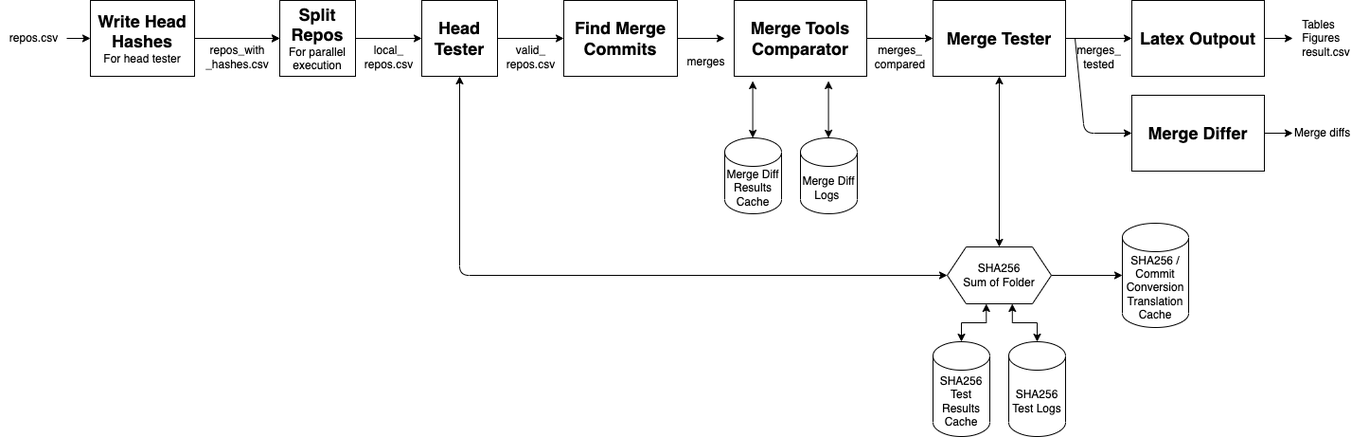
Before: illustrations/Architecture.drawio.png, a diagram exported from draw.io (benedikt-schesch/AST-Merging-Evaluation). Source tidied: cells renumbered, new cells last; positions are measured from the earlier drawing's top-left corner, leaving out a move shared by most shapes.
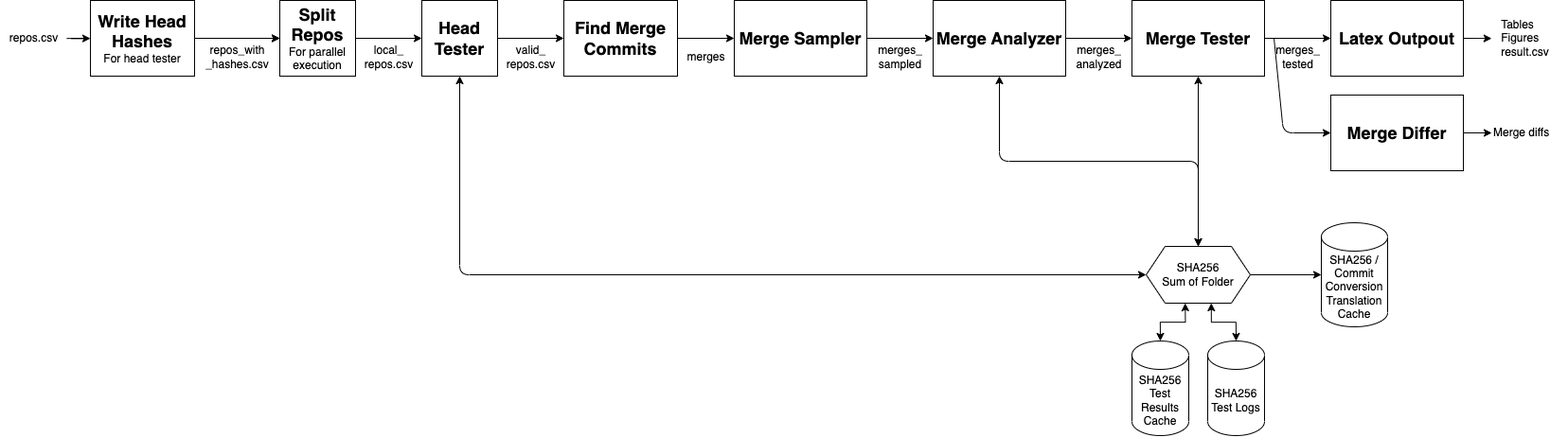
After the commit.

The edit, as a diff of the source:
```diff
@@ -6,15 +6,13 @@
       <mxGeometry relative="1" as="geometry" />
     </mxCell>
     <mxCell id="3" value="&lt;b&gt;&lt;font style=&quot;font-size: 18px;&quot;&gt;Head Tester&lt;/font&gt;&lt;/b&gt;" style="rounded=0;whiteSpace=wrap;html=1;" parent="1" vertex="1">
-      <mxGeometry x="445" width="80" height="80" as="geometry" />
+      <mxGeometry x="235" width="80" height="80" as="geometry" />
     </mxCell>
-    <mxCell id="4" style="edgeStyle=orthogonalEdgeStyle;rounded=0;jettySize=auto;html=1;exitX=1;exitY=0.5;exitDx=0;exitDy=0;entryX=0;entryY=0.5;entryDx=0;entryDy=0;" parent="1" edge="1" source="5">
-      <mxGeometry relative="1" as="geometry">
-        <mxPoint x="765" y="40" as="targetPoint" />
-      </mxGeometry>
+    <mxCell id="4" style="edgeStyle=orthogonalEdgeStyle;rounded=0;jettySize=auto;html=1;exitX=1;exitY=0.5;exitDx=0;exitDy=0;entryX=0;entryY=0.5;entryDx=0;entryDy=0;" parent="1" edge="1" source="5" target="47">
+      <mxGeometry relative="1" as="geometry" />
     </mxCell>
     <mxCell id="5" value="&lt;b&gt;&lt;font style=&quot;font-size: 18px;&quot;&gt;Find Merge Commits&lt;/font&gt;&lt;/b&gt;" style="rounded=0;whiteSpace=wrap;html=1;" parent="1" vertex="1">
-      <mxGeometry x="595" width="120" height="80" as="geometry" />
+      <mxGeometry x="385" width="120" height="80" as="geometry" />
     </mxCell>
     <mxCell id="6" style="edgeStyle=orthogonalEdgeStyle;rounded=0;jettySize=auto;html=1;exitX=1;exitY=0.5;exitDx=0;exitDy=0;entryX=0;entryY=0.5;entryDx=0;entryDy=0;" parent="1" edge="1" target="8">
       <mxGeometry relative="1" as="geometry">
@@ -27,17 +25,17 @@
     <mxCell id="7" style="edgeStyle=orthogonalEdgeStyle;rounded=0;jettySize=auto;html=1;exitX=1;exitY=0.5;exitDx=0;exitDy=0;entryX=0;entryY=0.5;entryDx=0;entryDy=0;" parent="1" edge="1" source="8" target="24">
       <mxGeometry relative="1" as="geometry" />
     </mxCell>
-    <mxCell id="8" value="&lt;font style=&quot;font-size: 18px;&quot;&gt;&lt;b&gt;Merge Tools Comparator&lt;/b&gt;&lt;/font&gt;" style="rounded=0;whiteSpace=wrap;html=1;" parent="1" vertex="1">
+    <mxCell id="8" value="&lt;font style=&quot;font-size: 18px;&quot;&gt;&lt;b&gt;Merge Analyzer&lt;/b&gt;&lt;/font&gt;" style="rounded=0;whiteSpace=wrap;html=1;" parent="1" vertex="1">
       <mxGeometry x="775" width="140" height="80" as="geometry" />
     </mxCell>
     <mxCell id="9" value="valid_&lt;br&gt;repos.csv" style="text;html=1;align=center;verticalAlign=middle;strokeColor=none;fillColor=none;" parent="1" vertex="1">
-      <mxGeometry x="525" y="40" width="70" height="40" as="geometry" />
+      <mxGeometry x="315" y="40" width="70" height="40" as="geometry" />
     </mxCell>
     <mxCell id="10" value="merges" style="text;html=1;align=center;verticalAlign=middle;points=[];strokeColor=none;fillColor=none;" parent="1" vertex="1">
-      <mxGeometry x="715" y="50" width="60" height="30" as="geometry" />
+      <mxGeometry x="505" y="45" width="60" height="30" as="geometry" />
     </mxCell>
-    <mxCell id="11" value="merges_&lt;br&gt;compared" style="text;html=1;align=center;verticalAlign=middle;strokeColor=none;fillColor=none;" parent="1" vertex="1">
-      <mxGeometry x="910" y="40" width="80" height="40" as="geometry" />
+    <mxCell id="11" value="merges_&lt;br&gt;analyzed" style="text;html=1;align=center;verticalAlign=middle;strokeColor=none;fillColor=none;" parent="1" vertex="1">
+      <mxGeometry x="915" y="40" width="70" height="40" as="geometry" />
     </mxCell>
     <mxCell id="12" value="merges_&lt;br&gt;tested" style="text;html=1;align=center;verticalAlign=middle;strokeColor=none;fillColor=none;" parent="1" vertex="1">
       <mxGeometry x="1125" y="40" width="70" height="40" as="geometry" />
@@ -46,10 +44,10 @@
       <mxGeometry relative="1" as="geometry" />
     </mxCell>
     <mxCell id="14" value="&lt;font style=&quot;font-size: 18px;&quot;&gt;&lt;b&gt;Split Repos&lt;br&gt;&lt;/b&gt;&lt;/font&gt;For parallel&lt;br&gt;execution" style="rounded=0;whiteSpace=wrap;html=1;" parent="1" vertex="1">
-      <mxGeometry x="295" width="80" height="80" as="geometry" />
+      <mxGeometry x="85" width="80" height="80" as="geometry" />
     </mxCell>
     <mxCell id="15" value="local_&lt;br&gt;repos.csv" style="text;html=1;align=center;verticalAlign=middle;strokeColor=none;fillColor=none;" parent="1" vertex="1">
-      <mxGeometry x="375" y="40" width="70" height="40" as="geometry" />
+      <mxGeometry x="165" y="40" width="70" height="40" as="geometry" />
     </mxCell>
     <mxCell id="16" style="edgeStyle=orthogonalEdgeStyle;rounded=0;jettySize=auto;html=1;exitX=1;exitY=0.5;exitDx=0;exitDy=0;entryX=0;entryY=0.5;entryDx=0;entryDy=0;" parent="1" edge="1" source="18" target="14">
       <mxGeometry relative="1" as="geometry" />
@@ -58,16 +56,16 @@
       <mxGeometry relative="1" as="geometry" />
     </mxCell>
     <mxCell id="18" value="&lt;font&gt;&lt;b style=&quot;font-size: 18px;&quot;&gt;Write Head Hashes&lt;/b&gt;&lt;br&gt;&lt;font style=&quot;font-size: 12px;&quot;&gt;For head tester&lt;/font&gt;&lt;br&gt;&lt;/font&gt;" style="rounded=0;whiteSpace=wrap;html=1;" parent="1" vertex="1">
-      <mxGeometry x="95" width="110" height="80" as="geometry" />
+      <mxGeometry x="-115" width="110" height="80" as="geometry" />
     </mxCell>
     <mxCell id="19" value="repos_with&lt;br&gt;_hashes.csv" style="text;html=1;align=center;verticalAlign=middle;strokeColor=none;fillColor=none;" parent="1" vertex="1">
-      <mxGeometry x="205" y="40" width="90" height="40" as="geometry" />
+      <mxGeometry x="-5" y="40" width="90" height="40" as="geometry" />
     </mxCell>
     <mxCell id="20" style="edgeStyle=orthogonalEdgeStyle;rounded=0;jettySize=auto;html=1;" parent="1" edge="1" source="21" target="18">
       <mxGeometry relative="1" as="geometry" />
     </mxCell>
     <mxCell id="21" value="repos.csv" style="text;html=1;align=center;verticalAlign=middle;points=[];strokeColor=none;fillColor=none;" parent="1" vertex="1">
-      <mxGeometry y="25" width="70" height="30" as="geometry" />
+      <mxGeometry x="-210" y="25" width="70" height="30" as="geometry" />
     </mxCell>
     <mxCell id="22" style="edgeStyle=orthogonalEdgeStyle;rounded=0;jettySize=auto;html=1;exitX=1;exitY=0.5;exitDx=0;exitDy=0;entryX=0;entryY=0.5;entryDx=0;entryDy=0;" parent="1" edge="1" source="24" target="26">
       <mxGeometry relative="1" as="geometry" />
@@ -94,24 +92,6 @@
     <mxCell id="27" value="&lt;div style=&quot;text-align: left;&quot;&gt;&lt;span style=&quot;background-color: initial;&quot;&gt;Tables&lt;/span&gt;&lt;/div&gt;&lt;div style=&quot;text-align: left;&quot;&gt;&lt;span style=&quot;background-color: initial;&quot;&gt;Figures&lt;/span&gt;&lt;/div&gt;&lt;div style=&quot;text-align: left;&quot;&gt;&lt;span style=&quot;background-color: initial;&quot;&gt;result.csv&lt;/span&gt;&lt;/div&gt;" style="text;html=1;align=center;verticalAlign=middle;strokeColor=none;fillColor=none;" parent="1" vertex="1">
       <mxGeometry x="1365" y="10" width="70" height="60" as="geometry" />
     </mxCell>
-    <mxCell id="28" value="Merge Diff Results Cache" style="shape=cylinder3;whiteSpace=wrap;html=1;boundedLbl=1;backgroundOutline=1;size=15;" parent="1" vertex="1">
-      <mxGeometry x="765" y="145" width="60" height="80" as="geometry" />
-    </mxCell>
-    <mxCell id="29" style="endArrow=classic;startArrow=classic;html=1;rounded=0;exitX=0.5;exitY=1;exitDx=0;exitDy=0;exitPerimeter=0;entryX=0.5;entryY=0;entryDx=0;entryDy=0;" parent="1" edge="1">
-      <mxGeometry relative="1" as="geometry">
-        <mxPoint x="794.6" y="85" as="sourcePoint" />
-        <mxPoint x="794.6" y="145" as="targetPoint" />
-      </mxGeometry>
-    </mxCell>
-    <mxCell id="30" value="Merge Diff Logs&amp;nbsp;" style="shape=cylinder3;whiteSpace=wrap;html=1;boundedLbl=1;backgroundOutline=1;size=15;" parent="1" vertex="1">
-      <mxGeometry x="845" y="145" width="60" height="80" as="geometry" />
-    </mxCell>
-    <mxCell id="31" style="endArrow=classic;startArrow=classic;html=1;rounded=0;exitX=0.5;exitY=1;exitDx=0;exitDy=0;exitPerimeter=0;entryX=0.5;entryY=0;entryDx=0;entryDy=0;" parent="1" edge="1">
-      <mxGeometry relative="1" as="geometry">
-        <mxPoint x="874.6" y="85" as="sourcePoint" />
-        <mxPoint x="874.6" y="145" as="targetPoint" />
-      </mxGeometry>
-    </mxCell>
     <mxCell id="32" style="edgeStyle=orthogonalEdgeStyle;rounded=0;jettySize=auto;html=1;exitX=0.375;exitY=1;exitDx=0;exitDy=0;entryX=0.5;entryY=0;entryDx=0;entryDy=0;entryPerimeter=0;startArrow=classic;startFill=1;" parent="1" edge="1" source="35" target="38">
       <mxGeometry relative="1" as="geometry" />
     </mxCell>
@@ -130,7 +110,7 @@
     <mxCell id="37" style="endArrow=classic;startArrow=classic;html=1;rounded=1;entryX=0.5;entryY=1;entryDx=0;entryDy=0;exitX=0;exitY=0.5;exitDx=0;exitDy=0;" parent="1" edge="1" source="35" target="3">
       <mxGeometry relative="1" as="geometry">
         <Array as="points">
-          <mxPoint x="485" y="290" />
+          <mxPoint x="275" y="290" />
         </Array>
       </mxGeometry>
     </mxCell>
@@ -152,5 +132,26 @@
     <mxCell id="43" value="Merge diffs" style="text;html=1;align=left;verticalAlign=middle;points=[];strokeColor=none;fillColor=none;" parent="1" vertex="1">
       <mxGeometry x="1365" y="125" width="80" height="30" as="geometry" />
     </mxCell>
+    <mxCell id="44" style="endArrow=classic;startArrow=classic;html=1;rounded=1;entryX=0.5;entryY=1;entryDx=0;entryDy=0;" parent="1" edge="1" target="8">
+      <mxGeometry relative="1" as="geometry">
+        <mxPoint x="1055" y="260" as="sourcePoint" />
+        <Array as="points">
+          <mxPoint x="1055" y="170" />
+          <mxPoint x="845" y="170" />
+        </Array>
+      </mxGeometry>
+    </mxCell>
+    <mxCell id="45" style="edgeStyle=none;rounded=1;html=1;" parent="1" edge="1" source="47" target="10">
+      <mxGeometry relative="1" as="geometry" />
+    </mxCell>
+    <mxCell id="46" style="edgeStyle=none;rounded=1;html=1;" parent="1" edge="1" source="47" target="8">
+      <mxGeometry relative="1" as="geometry" />
+    </mxCell>
+    <mxCell id="47" value="&lt;font style=&quot;font-size: 18px;&quot;&gt;&lt;b&gt;Merge Sampler&lt;/b&gt;&lt;/font&gt;" style="rounded=0;whiteSpace=wrap;html=1;" parent="1" vertex="1">
+      <mxGeometry x="565" width="140" height="80" as="geometry" />
+    </mxCell>
+    <mxCell id="48" value="merges_&lt;br&gt;sampled" style="text;html=1;align=center;verticalAlign=middle;strokeColor=none;fillColor=none;" parent="1" vertex="1">
+      <mxGeometry x="705" y="40" width="70" height="40" as="geometry" />
+    </mxCell>
   </root>
 </mxGraphModel>
```
